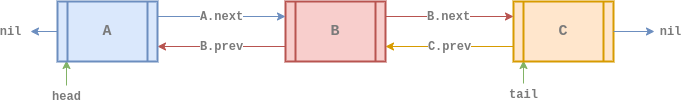
This is assets/data-structure/linked-list/dll-remove_at1.png from euisblue/vue-blog, a draw.io export, as it was before one commit. Source tidied: cells renumbered, new cells last; positions are measured from the earlier drawing's top-left corner, leaving out a move shared by most shapes. Its diagram source:
```xml
<mxGraphModel>
  <root>
    <mxCell id="0" />
    <mxCell id="1" parent="0" />
    <mxCell id="2" value="&lt;font color=&quot;#7a7a7a&quot; face=&quot;courier new&quot;&gt;&lt;span style=&quot;font-size: 12px&quot;&gt;&lt;b&gt;head&lt;/b&gt;&lt;/span&gt;&lt;/font&gt;" style="rounded=0;jettySize=auto;html=1;fillColor=#d5e8d4;strokeColor=#82b366;entryX=0.09;entryY=0.983;entryDx=0;entryDy=0;entryPerimeter=0;" parent="1" edge="1" target="11">
      <mxGeometry x="-1" y="-11" relative="1" as="geometry">
        <mxPoint x="36" y="84" as="sourcePoint" />
        <mxPoint x="-11" y="11" as="offset" />
      </mxGeometry>
    </mxCell>
    <mxCell id="3" value="&lt;font color=&quot;#7a7a7a&quot; face=&quot;courier new&quot;&gt;&lt;span style=&quot;font-size: 12px&quot;&gt;&lt;b&gt;tail&lt;/b&gt;&lt;/span&gt;&lt;/font&gt;" style="rounded=0;jettySize=auto;html=1;fillColor=#d5e8d4;strokeColor=#82b366;entryX=0.1;entryY=0.983;entryDx=0;entryDy=0;entryPerimeter=0;" parent="1" edge="1" target="5">
      <mxGeometry x="-1" y="-11" relative="1" as="geometry">
        <mxPoint x="493" y="82" as="sourcePoint" />
        <mxPoint x="-11" y="11" as="offset" />
      </mxGeometry>
    </mxCell>
    <mxCell id="4" value="&lt;b style=&quot;color: rgb(0 , 0 , 0) ; font-size: 11px ; font-style: normal ; letter-spacing: normal ; text-align: center ; text-indent: 0px ; text-transform: none ; word-spacing: 0px ; font-family: &amp;#34;courier new&amp;#34;&quot;&gt;&lt;font color=&quot;#7a7a7a&quot; style=&quot;font-size: 12px&quot;&gt;C.prev&lt;/font&gt;&lt;/b&gt;" style="edgeStyle=none;rounded=0;sketch=0;jettySize=auto;html=1;exitX=0;exitY=0.75;exitDx=0;exitDy=0;entryX=1;entryY=0.75;entryDx=0;entryDy=0;strokeColor=#d79b00;strokeWidth=1;fillColor=#ffe6cc;" parent="1" edge="1" source="5" target="8">
      <mxGeometry relative="1" as="geometry" />
    </mxCell>
    <mxCell id="5" value="&lt;b&gt;&lt;font style=&quot;font-size: 15px ; font-style: normal&quot; face=&quot;Courier New&quot; color=&quot;#7a7a7a&quot;&gt;C&lt;/font&gt;&lt;/b&gt;" style="shape=process;whiteSpace=wrap;html=1;backgroundOutline=1;fillColor=#ffe6cc;strokeColor=#d79b00;gradientDirection=east;strokeWidth=2;shadow=0;glass=0;sketch=0;fontStyle=2;" parent="1" vertex="1">
      <mxGeometry x="483" width="100" height="60" as="geometry" />
    </mxCell>
    <mxCell id="6" value="&lt;b style=&quot;font-size: 11px ; letter-spacing: normal ; text-align: center ; text-indent: 0px ; text-transform: none ; word-spacing: 0px ; font-family: &amp;#34;courier new&amp;#34;&quot;&gt;&lt;font style=&quot;font-size: 12px&quot; color=&quot;#7a7a7a&quot;&gt;B.next&lt;/font&gt;&lt;/b&gt;" style="rounded=0;sketch=0;jettySize=auto;html=1;exitX=1;exitY=0.25;exitDx=0;exitDy=0;entryX=0;entryY=0.25;entryDx=0;entryDy=0;strokeColor=#b85450;strokeWidth=1;fillColor=#f8cecc;fontStyle=0;" parent="1" edge="1" source="8" target="5">
      <mxGeometry x="-0.01" relative="1" as="geometry" />
    </mxCell>
    <mxCell id="7" value="&lt;b style=&quot;color: rgb(0 , 0 , 0) ; font-size: 11px ; font-style: normal ; letter-spacing: normal ; text-align: center ; text-indent: 0px ; text-transform: none ; word-spacing: 0px ; font-family: &amp;#34;courier new&amp;#34;&quot;&gt;&lt;font color=&quot;#7a7a7a&quot; style=&quot;font-size: 12px&quot;&gt;B.prev&lt;/font&gt;&lt;/b&gt;" style="edgeStyle=orthogonalEdgeStyle;rounded=0;jettySize=auto;html=1;exitX=0;exitY=0.75;exitDx=0;exitDy=0;entryX=1;entryY=0.75;entryDx=0;entryDy=0;fillColor=#f8cecc;strokeColor=#b85450;" parent="1" edge="1" source="8" target="11">
      <mxGeometry relative="1" as="geometry" />
    </mxCell>
    <mxCell id="8" value="&lt;div&gt;&lt;font color=&quot;#7a7a7a&quot; face=&quot;courier new&quot; style=&quot;font-size: 15px&quot;&gt;B&lt;/font&gt;&lt;/div&gt;" style="shape=process;whiteSpace=wrap;html=1;backgroundOutline=1;fillColor=#f8cecc;strokeColor=#b85450;gradientDirection=east;strokeWidth=2;shadow=0;glass=0;align=center;sketch=0;fontStyle=1;" parent="1" vertex="1">
      <mxGeometry x="255" width="100" height="60" as="geometry" />
    </mxCell>
    <mxCell id="9" value="&lt;font color=&quot;#7a7a7a&quot; face=&quot;courier new&quot;&gt;&lt;span style=&quot;font-size: 12px&quot;&gt;&lt;b&gt;A.next&lt;/b&gt;&lt;/span&gt;&lt;/font&gt;" style="edgeStyle=orthogonalEdgeStyle;curved=1;rounded=0;jettySize=auto;html=1;exitX=1;exitY=0.25;exitDx=0;exitDy=0;entryX=0;entryY=0.25;entryDx=0;entryDy=0;fillColor=#dae8fc;strokeColor=#6c8ebf;" parent="1" edge="1" source="11" target="8">
      <mxGeometry relative="1" as="geometry" />
    </mxCell>
    <mxCell id="10" value="&lt;font color=&quot;#7a7a7a&quot; face=&quot;courier new&quot;&gt;&lt;span style=&quot;font-size: 12px&quot;&gt;&lt;b&gt;nil&lt;/b&gt;&lt;/span&gt;&lt;/font&gt;" style="rounded=0;jettySize=auto;html=1;exitX=0;exitY=0.5;exitDx=0;exitDy=0;fillColor=#dae8fc;strokeColor=#6c8ebf;" parent="1" edge="1" source="11">
      <mxGeometry x="1" y="20" relative="1" as="geometry">
        <mxPoint y="30" as="targetPoint" />
        <mxPoint x="-20" y="-20" as="offset" />
      </mxGeometry>
    </mxCell>
    <mxCell id="11" value="&lt;div&gt;&lt;font color=&quot;#7a7a7a&quot; face=&quot;courier new&quot;&gt;&lt;span style=&quot;font-size: 15px&quot;&gt;A&lt;/span&gt;&lt;/font&gt;&lt;/div&gt;" style="shape=process;whiteSpace=wrap;html=1;backgroundOutline=1;fillColor=#dae8fc;strokeColor=#6c8ebf;gradientDirection=east;strokeWidth=2;shadow=0;glass=0;align=center;sketch=0;fontStyle=1;" parent="1" vertex="1">
      <mxGeometry x="27" width="100" height="60" as="geometry" />
    </mxCell>
    <mxCell id="12" value="&lt;font color=&quot;#7a7a7a&quot; face=&quot;courier new&quot;&gt;&lt;span style=&quot;font-size: 12px&quot;&gt;&lt;b&gt;nil&lt;/b&gt;&lt;/span&gt;&lt;/font&gt;" style="rounded=0;jettySize=auto;html=1;fillColor=#dae8fc;strokeColor=#6c8ebf;exitX=1;exitY=0.5;exitDx=0;exitDy=0;" parent="1" edge="1" source="5">
      <mxGeometry x="1" y="16" relative="1" as="geometry">
        <mxPoint x="624" y="30" as="targetPoint" />
        <mxPoint x="16" y="16" as="offset" />
      </mxGeometry>
    </mxCell>
  </root>
</mxGraphModel>
```
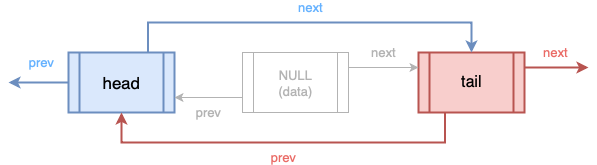
The same file after the commit.

What changed in the source:
```diff
@@ -2,50 +2,51 @@
   <root>
     <mxCell id="0" />
     <mxCell id="1" parent="0" />
-    <mxCell id="2" value="&lt;font color=&quot;#7a7a7a&quot; face=&quot;courier new&quot;&gt;&lt;span style=&quot;font-size: 12px&quot;&gt;&lt;b&gt;head&lt;/b&gt;&lt;/span&gt;&lt;/font&gt;" style="rounded=0;jettySize=auto;html=1;fillColor=#d5e8d4;strokeColor=#82b366;entryX=0.09;entryY=0.983;entryDx=0;entryDy=0;entryPerimeter=0;" parent="1" edge="1" target="11">
-      <mxGeometry x="-1" y="-11" relative="1" as="geometry">
-        <mxPoint x="36" y="84" as="sourcePoint" />
-        <mxPoint x="-11" y="11" as="offset" />
-      </mxGeometry>
+    <mxCell id="2" value="&lt;font&gt;&lt;span style=&quot;font-size: 17px&quot;&gt;head&lt;/span&gt;&lt;br&gt;&lt;/font&gt;" style="shape=process;whiteSpace=wrap;html=1;backgroundOutline=1;strokeWidth=2;fillColor=#dae8fc;strokeColor=#6c8ebf;fontStyle=0;fontFamily=Helvetica;fontSize=14;labelBackgroundColor=none;labelBorderColor=none;" parent="1" vertex="1">
+      <mxGeometry x="22" y="109" width="106" height="60" as="geometry" />
     </mxCell>
-    <mxCell id="3" value="&lt;font color=&quot;#7a7a7a&quot; face=&quot;courier new&quot;&gt;&lt;span style=&quot;font-size: 12px&quot;&gt;&lt;b&gt;tail&lt;/b&gt;&lt;/span&gt;&lt;/font&gt;" style="rounded=0;jettySize=auto;html=1;fillColor=#d5e8d4;strokeColor=#82b366;entryX=0.1;entryY=0.983;entryDx=0;entryDy=0;entryPerimeter=0;" parent="1" edge="1" target="5">
-      <mxGeometry x="-1" y="-11" relative="1" as="geometry">
-        <mxPoint x="493" y="82" as="sourcePoint" />
-        <mxPoint x="-11" y="11" as="offset" />
-      </mxGeometry>
+    <mxCell id="3" value="&lt;font&gt;&lt;font size=&quot;3&quot;&gt;tail&lt;/font&gt;&lt;br&gt;&lt;/font&gt;" style="shape=process;whiteSpace=wrap;html=1;backgroundOutline=1;strokeWidth=2;fillColor=#f8cecc;strokeColor=#b85450;fontStyle=0;fontFamily=Helvetica;fontSize=14;labelBackgroundColor=none;labelBorderColor=none;" parent="1" vertex="1">
+      <mxGeometry x="372" y="109" width="106" height="60" as="geometry" />
     </mxCell>
-    <mxCell id="4" value="&lt;b style=&quot;color: rgb(0 , 0 , 0) ; font-size: 11px ; font-style: normal ; letter-spacing: normal ; text-align: center ; text-indent: 0px ; text-transform: none ; word-spacing: 0px ; font-family: &amp;#34;courier new&amp;#34;&quot;&gt;&lt;font color=&quot;#7a7a7a&quot; style=&quot;font-size: 12px&quot;&gt;C.prev&lt;/font&gt;&lt;/b&gt;" style="edgeStyle=none;rounded=0;sketch=0;jettySize=auto;html=1;exitX=0;exitY=0.75;exitDx=0;exitDy=0;entryX=1;entryY=0.75;entryDx=0;entryDy=0;strokeColor=#d79b00;strokeWidth=1;fillColor=#ffe6cc;" parent="1" edge="1" source="5" target="8">
-      <mxGeometry relative="1" as="geometry" />
+    <mxCell id="4" value="&lt;font color=&quot;#66b2ff&quot; size=&quot;2&quot;&gt;&lt;span&gt;next&lt;/span&gt;&lt;/font&gt;" style="edgeStyle=orthogonalEdgeStyle;rounded=0;jettySize=auto;html=1;labelBackgroundColor=none;strokeWidth=2;fontFamily=Helvetica;fontColor=#666666;align=center;fillColor=#dae8fc;strokeColor=#6c8ebf;exitX=0.75;exitY=0;exitDx=0;exitDy=0;entryX=0.5;entryY=0;entryDx=0;entryDy=0;" parent="1" edge="1" source="2" target="3">
+      <mxGeometry y="15" relative="1" as="geometry">
+        <Array as="points">
+          <mxPoint x="102" y="79" />
+          <mxPoint x="425" y="79" />
+        </Array>
+      </mxGeometry>
     </mxCell>
-    <mxCell id="5" value="&lt;b&gt;&lt;font style=&quot;font-size: 15px ; font-style: normal&quot; face=&quot;Courier New&quot; color=&quot;#7a7a7a&quot;&gt;C&lt;/font&gt;&lt;/b&gt;" style="shape=process;whiteSpace=wrap;html=1;backgroundOutline=1;fillColor=#ffe6cc;strokeColor=#d79b00;gradientDirection=east;strokeWidth=2;shadow=0;glass=0;sketch=0;fontStyle=2;" parent="1" vertex="1">
-      <mxGeometry x="483" width="100" height="60" as="geometry" />
+    <mxCell id="5" value="&lt;span style=&quot;color: rgb(234 , 107 , 102) ; font-size: 13px&quot;&gt;next&lt;/span&gt;" style="edgeStyle=orthogonalEdgeStyle;rounded=0;jettySize=auto;html=1;labelBackgroundColor=none;strokeWidth=2;fontFamily=Helvetica;fontColor=#666666;align=center;fillColor=#f8cecc;strokeColor=#b85450;exitX=1;exitY=0.25;exitDx=0;exitDy=0;entryX=0;entryY=0.25;entryDx=0;entryDy=0;" parent="1" edge="1" source="3">
+      <mxGeometry x="-0.04" y="15" relative="1" as="geometry">
+        <mxPoint x="542" y="124" as="targetPoint" />
+      </mxGeometry>
     </mxCell>
-    <mxCell id="6" value="&lt;b style=&quot;font-size: 11px ; letter-spacing: normal ; text-align: center ; text-indent: 0px ; text-transform: none ; word-spacing: 0px ; font-family: &amp;#34;courier new&amp;#34;&quot;&gt;&lt;font style=&quot;font-size: 12px&quot; color=&quot;#7a7a7a&quot;&gt;B.next&lt;/font&gt;&lt;/b&gt;" style="rounded=0;sketch=0;jettySize=auto;html=1;exitX=1;exitY=0.25;exitDx=0;exitDy=0;entryX=0;entryY=0.25;entryDx=0;entryDy=0;strokeColor=#b85450;strokeWidth=1;fillColor=#f8cecc;fontStyle=0;" parent="1" edge="1" source="8" target="5">
-      <mxGeometry x="-0.01" relative="1" as="geometry" />
+    <mxCell id="6" value="&lt;span style=&quot;color: rgb(234 , 107 , 102) ; font-size: 13px&quot;&gt;prev&lt;/span&gt;" style="edgeStyle=orthogonalEdgeStyle;rounded=0;jettySize=auto;html=1;labelBackgroundColor=none;strokeWidth=2;fontFamily=Helvetica;fontColor=#666666;align=center;fillColor=#f8cecc;strokeColor=#b85450;entryX=0.5;entryY=1;entryDx=0;entryDy=0;exitX=0.25;exitY=1;exitDx=0;exitDy=0;" parent="1" edge="1" source="3" target="2">
+      <mxGeometry y="15" relative="1" as="geometry">
+        <Array as="points">
+          <mxPoint x="399" y="199" />
+          <mxPoint x="75" y="199" />
+        </Array>
+      </mxGeometry>
     </mxCell>
-    <mxCell id="7" value="&lt;b style=&quot;color: rgb(0 , 0 , 0) ; font-size: 11px ; font-style: normal ; letter-spacing: normal ; text-align: center ; text-indent: 0px ; text-transform: none ; word-spacing: 0px ; font-family: &amp;#34;courier new&amp;#34;&quot;&gt;&lt;font color=&quot;#7a7a7a&quot; style=&quot;font-size: 12px&quot;&gt;B.prev&lt;/font&gt;&lt;/b&gt;" style="edgeStyle=orthogonalEdgeStyle;rounded=0;jettySize=auto;html=1;exitX=0;exitY=0.75;exitDx=0;exitDy=0;entryX=1;entryY=0.75;entryDx=0;entryDy=0;fillColor=#f8cecc;strokeColor=#b85450;" parent="1" edge="1" source="8" target="11">
-      <mxGeometry relative="1" as="geometry" />
+    <mxCell id="7" value="&lt;span style=&quot;color: rgb(102 , 178 , 255) ; font-size: 13px&quot;&gt;prev&lt;/span&gt;" style="edgeStyle=orthogonalEdgeStyle;rounded=0;jettySize=auto;html=1;exitX=0;exitY=0.5;exitDx=0;exitDy=0;labelBackgroundColor=none;strokeWidth=2;fontFamily=Helvetica;fontColor=#666666;align=center;fillColor=#dae8fc;strokeColor=#6c8ebf;" parent="1" edge="1" source="2">
+      <mxGeometry x="-0.11" y="-20" relative="1" as="geometry">
+        <mxPoint x="-38" y="139" as="targetPoint" />
+      </mxGeometry>
     </mxCell>
-    <mxCell id="8" value="&lt;div&gt;&lt;font color=&quot;#7a7a7a&quot; face=&quot;courier new&quot; style=&quot;font-size: 15px&quot;&gt;B&lt;/font&gt;&lt;/div&gt;" style="shape=process;whiteSpace=wrap;html=1;backgroundOutline=1;fillColor=#f8cecc;strokeColor=#b85450;gradientDirection=east;strokeWidth=2;shadow=0;glass=0;align=center;sketch=0;fontStyle=1;" parent="1" vertex="1">
-      <mxGeometry x="255" width="100" height="60" as="geometry" />
+    <mxCell id="8" value="&lt;span style=&quot;font-size: 13px&quot;&gt;&lt;font&gt;next&lt;/font&gt;&lt;/span&gt;" style="edgeStyle=orthogonalEdgeStyle;rounded=0;jettySize=auto;html=1;exitX=1;exitY=0.25;exitDx=0;exitDy=0;labelBackgroundColor=none;strokeWidth=1;fillColor=none;entryX=0;entryY=0.25;entryDx=0;entryDy=0;strokeColor=#B3B3B3;fontColor=#B3B3B3;" parent="1" edge="1" source="10" target="3">
+      <mxGeometry y="15" relative="1" as="geometry">
+        <Array as="points">
+          <mxPoint x="322" y="124" />
+          <mxPoint x="322" y="124" />
+        </Array>
+      </mxGeometry>
     </mxCell>
-    <mxCell id="9" value="&lt;font color=&quot;#7a7a7a&quot; face=&quot;courier new&quot;&gt;&lt;span style=&quot;font-size: 12px&quot;&gt;&lt;b&gt;A.next&lt;/b&gt;&lt;/span&gt;&lt;/font&gt;" style="edgeStyle=orthogonalEdgeStyle;curved=1;rounded=0;jettySize=auto;html=1;exitX=1;exitY=0.25;exitDx=0;exitDy=0;entryX=0;entryY=0.25;entryDx=0;entryDy=0;fillColor=#dae8fc;strokeColor=#6c8ebf;" parent="1" edge="1" source="11" target="8">
-      <mxGeometry relative="1" as="geometry" />
+    <mxCell id="9" value="&lt;span style=&quot;font-size: 13px;&quot;&gt;prev&lt;/span&gt;" style="edgeStyle=orthogonalEdgeStyle;rounded=0;jettySize=auto;html=1;exitX=0;exitY=0.75;exitDx=0;exitDy=0;labelBackgroundColor=none;strokeWidth=1;fillColor=none;entryX=1;entryY=0.75;entryDx=0;entryDy=0;strokeColor=#B3B3B3;fontColor=#B3B3B3;" parent="1" edge="1" source="10" target="2">
+      <mxGeometry y="15" relative="1" as="geometry" />
     </mxCell>
-    <mxCell id="10" value="&lt;font color=&quot;#7a7a7a&quot; face=&quot;courier new&quot;&gt;&lt;span style=&quot;font-size: 12px&quot;&gt;&lt;b&gt;nil&lt;/b&gt;&lt;/span&gt;&lt;/font&gt;" style="rounded=0;jettySize=auto;html=1;exitX=0;exitY=0.5;exitDx=0;exitDy=0;fillColor=#dae8fc;strokeColor=#6c8ebf;" parent="1" edge="1" source="11">
-      <mxGeometry x="1" y="20" relative="1" as="geometry">
-        <mxPoint y="30" as="targetPoint" />
-        <mxPoint x="-20" y="-20" as="offset" />
-      </mxGeometry>
+    <mxCell id="10" value="&lt;font style=&quot;font-size: 13px&quot;&gt;&lt;font style=&quot;font-size: 13px&quot;&gt;NULL&lt;br&gt;&lt;/font&gt;(data)&lt;br&gt;&lt;/font&gt;" style="shape=process;whiteSpace=wrap;html=1;backgroundOutline=1;strokeWidth=1;fillColor=none;fontStyle=0;fontFamily=Helvetica;fontSize=14;labelBackgroundColor=none;labelBorderColor=none;strokeColor=#B3B3B3;fontColor=#B3B3B3;" parent="1" vertex="1">
+      <mxGeometry x="196" y="109" width="106" height="60" as="geometry" />
     </mxCell>
-    <mxCell id="11" value="&lt;div&gt;&lt;font color=&quot;#7a7a7a&quot; face=&quot;courier new&quot;&gt;&lt;span style=&quot;font-size: 15px&quot;&gt;A&lt;/span&gt;&lt;/font&gt;&lt;/div&gt;" style="shape=process;whiteSpace=wrap;html=1;backgroundOutline=1;fillColor=#dae8fc;strokeColor=#6c8ebf;gradientDirection=east;strokeWidth=2;shadow=0;glass=0;align=center;sketch=0;fontStyle=1;" parent="1" vertex="1">
-      <mxGeometry x="27" width="100" height="60" as="geometry" />
-    </mxCell>
-    <mxCell id="12" value="&lt;font color=&quot;#7a7a7a&quot; face=&quot;courier new&quot;&gt;&lt;span style=&quot;font-size: 12px&quot;&gt;&lt;b&gt;nil&lt;/b&gt;&lt;/span&gt;&lt;/font&gt;" style="rounded=0;jettySize=auto;html=1;fillColor=#dae8fc;strokeColor=#6c8ebf;exitX=1;exitY=0.5;exitDx=0;exitDy=0;" parent="1" edge="1" source="5">
-      <mxGeometry x="1" y="16" relative="1" as="geometry">
-        <mxPoint x="624" y="30" as="targetPoint" />
-        <mxPoint x="16" y="16" as="offset" />
-      </mxGeometry>
-    </mxCell>
   </root>
 </mxGraphModel>
```
